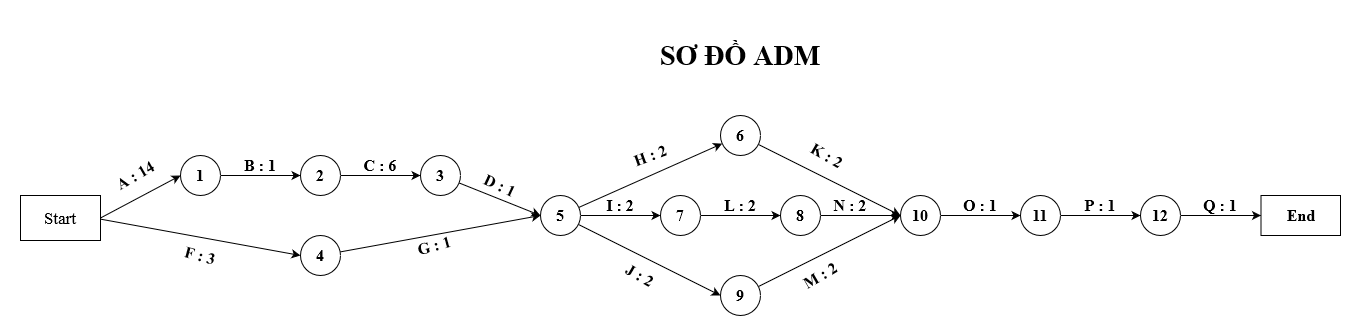
The draw.io diagram Documents/ADM_Chart.png in H2Q318/HQN-Team, before a commit. Source tidied: cells renumbered, new cells last; positions are measured from the earlier drawing's top-left corner, leaving out a move shared by most shapes.
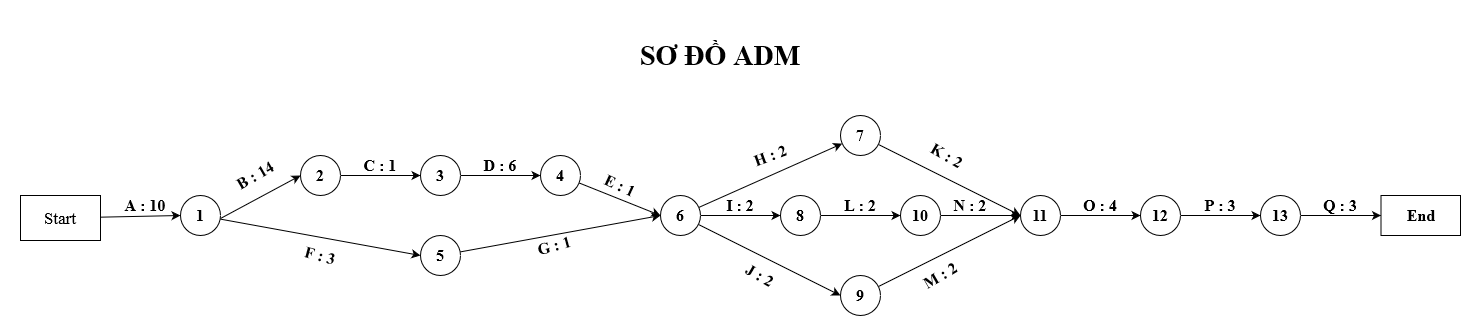
The same file after the commit.

Change to the diagram source:
```diff
@@ -2,8 +2,10 @@
   <root>
     <mxCell id="0" />
     <mxCell id="1" parent="0" />
-    <mxCell id="2" style="rounded=0;jettySize=auto;html=1;entryX=0;entryY=0.5;entryDx=0;entryDy=0;exitX=1;exitY=0.5;exitDx=0;exitDy=0;fontFamily=Times New Roman;fontSize=16;fontStyle=1;" parent="1" edge="1" source="47" target="5">
-      <mxGeometry relative="1" as="geometry" />
+    <mxCell id="2" style="rounded=0;jettySize=auto;html=1;entryX=0;entryY=0.5;entryDx=0;entryDy=0;fontFamily=Times New Roman;fontSize=16;fontStyle=1;" parent="1" edge="1" target="5">
+      <mxGeometry relative="1" as="geometry">
+        <mxPoint x="80" y="183" as="sourcePoint" />
+      </mxGeometry>
     </mxCell>
     <mxCell id="3" style="edgeStyle=none;rounded=0;jettySize=auto;html=1;entryX=0;entryY=0.5;entryDx=0;entryDy=0;fontFamily=Times New Roman;fontSize=16;fontStyle=1;" parent="1" edge="1" target="9">
       <mxGeometry relative="1" as="geometry">
@@ -13,25 +15,25 @@
     <mxCell id="4" style="edgeStyle=none;rounded=0;jettySize=auto;html=1;entryX=0;entryY=0.5;entryDx=0;entryDy=0;fontFamily=Times New Roman;fontSize=16;fontStyle=1;" parent="1" edge="1" source="5" target="7">
       <mxGeometry relative="1" as="geometry" />
     </mxCell>
-    <mxCell id="5" value="1" style="ellipse;whiteSpace=wrap;html=1;fontFamily=Times New Roman;fontSize=16;fontStyle=1;" parent="1" vertex="1">
+    <mxCell id="5" value="2" style="ellipse;whiteSpace=wrap;html=1;fontFamily=Times New Roman;fontSize=16;fontStyle=1;" parent="1" vertex="1">
       <mxGeometry x="160" y="120" width="40" height="40" as="geometry" />
     </mxCell>
     <mxCell id="6" style="edgeStyle=none;rounded=0;jettySize=auto;html=1;entryX=0;entryY=0.5;entryDx=0;entryDy=0;fontFamily=Times New Roman;fontSize=16;fontStyle=1;" parent="1" edge="1" source="7" target="11">
       <mxGeometry relative="1" as="geometry" />
     </mxCell>
-    <mxCell id="7" value="2" style="ellipse;whiteSpace=wrap;html=1;fontFamily=Times New Roman;fontSize=16;fontStyle=1;" parent="1" vertex="1">
+    <mxCell id="7" value="3" style="ellipse;whiteSpace=wrap;html=1;fontFamily=Times New Roman;fontSize=16;fontStyle=1;" parent="1" vertex="1">
       <mxGeometry x="280" y="120" width="40" height="40" as="geometry" />
     </mxCell>
     <mxCell id="8" style="edgeStyle=none;rounded=0;jettySize=auto;html=1;entryX=0;entryY=0.5;entryDx=0;entryDy=0;fontFamily=Times New Roman;fontSize=16;fontStyle=1;" parent="1" edge="1" source="9" target="15">
       <mxGeometry relative="1" as="geometry" />
     </mxCell>
-    <mxCell id="9" value="4" style="ellipse;whiteSpace=wrap;html=1;fontFamily=Times New Roman;fontSize=16;fontStyle=1;" parent="1" vertex="1">
+    <mxCell id="9" value="5" style="ellipse;whiteSpace=wrap;html=1;fontFamily=Times New Roman;fontSize=16;fontStyle=1;" parent="1" vertex="1">
       <mxGeometry x="280" y="200" width="40" height="40" as="geometry" />
     </mxCell>
     <mxCell id="10" style="edgeStyle=none;rounded=0;jettySize=auto;html=1;entryX=0;entryY=0.5;entryDx=0;entryDy=0;fontFamily=Times New Roman;fontSize=16;fontStyle=1;" parent="1" edge="1" source="11" target="15">
       <mxGeometry relative="1" as="geometry" />
     </mxCell>
-    <mxCell id="11" value="3" style="ellipse;whiteSpace=wrap;html=1;fontFamily=Times New Roman;fontSize=16;fontStyle=1;" parent="1" vertex="1">
+    <mxCell id="11" value="4" style="ellipse;whiteSpace=wrap;html=1;fontFamily=Times New Roman;fontSize=16;fontStyle=1;" parent="1" vertex="1">
       <mxGeometry x="400" y="120" width="40" height="40" as="geometry" />
     </mxCell>
     <mxCell id="12" style="edgeStyle=none;rounded=0;jettySize=auto;html=1;fontFamily=Times New Roman;fontSize=16;fontStyle=1;" parent="1" edge="1" source="15" target="17">
@@ -43,19 +45,19 @@
     <mxCell id="14" style="edgeStyle=none;rounded=0;jettySize=auto;html=1;entryX=0;entryY=0.5;entryDx=0;entryDy=0;fontFamily=Times New Roman;fontSize=16;fontStyle=1;" parent="1" edge="1" source="15" target="23">
       <mxGeometry relative="1" as="geometry" />
     </mxCell>
-    <mxCell id="15" value="5" style="ellipse;whiteSpace=wrap;html=1;fontFamily=Times New Roman;fontSize=16;fontStyle=1;" parent="1" vertex="1">
+    <mxCell id="15" value="6" style="ellipse;whiteSpace=wrap;html=1;fontFamily=Times New Roman;fontSize=16;fontStyle=1;" parent="1" vertex="1">
       <mxGeometry x="520" y="160" width="40" height="40" as="geometry" />
     </mxCell>
     <mxCell id="16" style="edgeStyle=none;rounded=0;jettySize=auto;html=1;entryX=0;entryY=0.5;entryDx=0;entryDy=0;fontFamily=Times New Roman;fontSize=16;fontStyle=1;" parent="1" edge="1" source="17" target="25">
       <mxGeometry relative="1" as="geometry" />
     </mxCell>
-    <mxCell id="17" value="6" style="ellipse;whiteSpace=wrap;html=1;fontFamily=Times New Roman;fontSize=16;fontStyle=1;" parent="1" vertex="1">
+    <mxCell id="17" value="7" style="ellipse;whiteSpace=wrap;html=1;fontFamily=Times New Roman;fontSize=16;fontStyle=1;" parent="1" vertex="1">
       <mxGeometry x="700" y="80" width="40" height="40" as="geometry" />
     </mxCell>
     <mxCell id="18" style="edgeStyle=none;rounded=0;jettySize=auto;html=1;entryX=0;entryY=0.5;entryDx=0;entryDy=0;fontFamily=Times New Roman;fontSize=16;fontStyle=1;" parent="1" edge="1" source="19" target="21">
       <mxGeometry relative="1" as="geometry" />
     </mxCell>
-    <mxCell id="19" value="7" style="ellipse;whiteSpace=wrap;html=1;fontFamily=Times New Roman;fontSize=16;fontStyle=1;" parent="1" vertex="1">
+    <mxCell id="19" value="8" style="ellipse;whiteSpace=wrap;html=1;fontFamily=Times New Roman;fontSize=16;fontStyle=1;" parent="1" vertex="1">
       <mxGeometry x="640" y="160" width="40" height="40" as="geometry" />
     </mxCell>
     <mxCell id="20" style="edgeStyle=none;rounded=0;jettySize=auto;html=1;fontFamily=Times New Roman;fontSize=16;fontStyle=1;" parent="1" edge="1" source="21">
@@ -63,7 +65,7 @@
         <mxPoint x="880" y="180" as="targetPoint" />
       </mxGeometry>
     </mxCell>
-    <mxCell id="21" value="8" style="ellipse;whiteSpace=wrap;html=1;fontFamily=Times New Roman;fontSize=16;fontStyle=1;" parent="1" vertex="1">
+    <mxCell id="21" value="10" style="ellipse;whiteSpace=wrap;html=1;fontFamily=Times New Roman;fontSize=16;fontStyle=1;" parent="1" vertex="1">
       <mxGeometry x="760" y="160" width="40" height="40" as="geometry" />
     </mxCell>
     <mxCell id="22" style="edgeStyle=none;rounded=0;jettySize=auto;html=1;entryX=0;entryY=0.5;entryDx=0;entryDy=0;fontFamily=Times New Roman;fontSize=16;fontStyle=1;" parent="1" edge="1" source="23" target="25">
@@ -75,13 +77,13 @@
     <mxCell id="24" style="edgeStyle=none;rounded=0;jettySize=auto;html=1;entryX=0;entryY=0.5;entryDx=0;entryDy=0;fontFamily=Times New Roman;fontSize=16;fontStyle=1;" parent="1" edge="1" source="25" target="27">
       <mxGeometry relative="1" as="geometry" />
     </mxCell>
-    <mxCell id="25" value="10" style="ellipse;whiteSpace=wrap;html=1;fontFamily=Times New Roman;fontSize=16;fontStyle=1;" parent="1" vertex="1">
+    <mxCell id="25" value="11" style="ellipse;whiteSpace=wrap;html=1;fontFamily=Times New Roman;fontSize=16;fontStyle=1;" parent="1" vertex="1">
       <mxGeometry x="880" y="160" width="40" height="40" as="geometry" />
     </mxCell>
     <mxCell id="26" style="edgeStyle=none;rounded=0;jettySize=auto;html=1;entryX=0;entryY=0.5;entryDx=0;entryDy=0;fontFamily=Times New Roman;fontSize=16;fontStyle=1;" parent="1" edge="1" source="27" target="29">
       <mxGeometry relative="1" as="geometry" />
     </mxCell>
-    <mxCell id="27" value="11" style="ellipse;whiteSpace=wrap;html=1;fontFamily=Times New Roman;fontSize=16;fontStyle=1;" parent="1" vertex="1">
+    <mxCell id="27" value="12" style="ellipse;whiteSpace=wrap;html=1;fontFamily=Times New Roman;fontSize=16;fontStyle=1;" parent="1" vertex="1">
       <mxGeometry x="1000" y="160" width="40" height="40" as="geometry" />
     </mxCell>
     <mxCell id="28" style="edgeStyle=none;rounded=0;jettySize=auto;html=1;entryX=0;entryY=0.5;entryDx=0;entryDy=0;fontFamily=Times New Roman;fontSize=16;fontStyle=1;" parent="1" edge="1" source="29">
@@ -89,16 +91,16 @@
         <mxPoint x="1240.5" y="180" as="targetPoint" />
       </mxGeometry>
     </mxCell>
-    <mxCell id="29" value="12" style="ellipse;whiteSpace=wrap;html=1;fontFamily=Times New Roman;fontSize=16;fontStyle=1;" parent="1" vertex="1">
+    <mxCell id="29" value="13" style="ellipse;whiteSpace=wrap;html=1;fontFamily=Times New Roman;fontSize=16;fontStyle=1;" parent="1" vertex="1">
       <mxGeometry x="1120" y="160" width="40" height="40" as="geometry" />
     </mxCell>
-    <mxCell id="30" value="A : 14" style="text;html=1;strokeColor=none;fillColor=none;align=center;verticalAlign=middle;whiteSpace=wrap;rounded=0;rotation=-30;fontFamily=Times New Roman;fontSize=16;fontStyle=1;" parent="1" vertex="1">
+    <mxCell id="30" value="B : 14" style="text;html=1;strokeColor=none;fillColor=none;align=center;verticalAlign=middle;whiteSpace=wrap;rounded=0;rotation=-30;fontFamily=Times New Roman;fontSize=16;fontStyle=1;" parent="1" vertex="1">
       <mxGeometry x="89.5" y="130" width="50" height="20" as="geometry" />
     </mxCell>
-    <mxCell id="31" value="B : 1" style="text;html=1;strokeColor=none;fillColor=none;align=center;verticalAlign=middle;whiteSpace=wrap;rounded=0;fontFamily=Times New Roman;fontSize=16;fontStyle=1;" parent="1" vertex="1">
+    <mxCell id="31" value="C : 1" style="text;html=1;strokeColor=none;fillColor=none;align=center;verticalAlign=middle;whiteSpace=wrap;rounded=0;fontFamily=Times New Roman;fontSize=16;fontStyle=1;" parent="1" vertex="1">
       <mxGeometry x="220" y="120" width="40" height="20" as="geometry" />
     </mxCell>
-    <mxCell id="32" value="C : 6" style="text;html=1;strokeColor=none;fillColor=none;align=center;verticalAlign=middle;whiteSpace=wrap;rounded=0;fontFamily=Times New Roman;fontSize=16;fontStyle=1;" parent="1" vertex="1">
+    <mxCell id="32" value="D : 6" style="text;html=1;strokeColor=none;fillColor=none;align=center;verticalAlign=middle;whiteSpace=wrap;rounded=0;fontFamily=Times New Roman;fontSize=16;fontStyle=1;" parent="1" vertex="1">
       <mxGeometry x="340" y="120" width="40" height="20" as="geometry" />
     </mxCell>
     <mxCell id="33" value="J : 2" style="text;html=1;strokeColor=none;fillColor=none;align=center;verticalAlign=middle;whiteSpace=wrap;rounded=0;rotation=30;fontFamily=Times New Roman;fontSize=16;fontStyle=1;" parent="1" vertex="1">
@@ -119,7 +121,7 @@
     <mxCell id="38" value="I : 2" style="text;html=1;strokeColor=none;fillColor=none;align=center;verticalAlign=middle;whiteSpace=wrap;rounded=0;fontFamily=Times New Roman;fontSize=16;fontStyle=1;" parent="1" vertex="1">
       <mxGeometry x="580" y="160" width="40" height="20" as="geometry" />
     </mxCell>
-    <mxCell id="39" value="D : 1" style="text;html=1;strokeColor=none;fillColor=none;align=center;verticalAlign=middle;whiteSpace=wrap;rounded=0;rotation=25;fontFamily=Times New Roman;fontSize=16;fontStyle=1;" parent="1" vertex="1">
+    <mxCell id="39" value="E : 1" style="text;html=1;strokeColor=none;fillColor=none;align=center;verticalAlign=middle;whiteSpace=wrap;rounded=0;rotation=25;fontFamily=Times New Roman;fontSize=16;fontStyle=1;" parent="1" vertex="1">
       <mxGeometry x="460" y="140" width="40" height="20" as="geometry" />
     </mxCell>
     <mxCell id="40" value="G : 1" style="text;html=1;strokeColor=none;fillColor=none;align=center;verticalAlign=middle;whiteSpace=wrap;rounded=0;rotation=-15;fontFamily=Times New Roman;fontSize=16;fontStyle=1;" parent="1" vertex="1">
@@ -128,26 +130,35 @@
     <mxCell id="41" value="F : 3" style="text;html=1;strokeColor=none;fillColor=none;align=center;verticalAlign=middle;whiteSpace=wrap;rounded=0;rotation=15;fontFamily=Times New Roman;fontSize=16;fontStyle=1;" parent="1" vertex="1">
       <mxGeometry x="160" y="210" width="40" height="20" as="geometry" />
     </mxCell>
-    <mxCell id="42" value="O : 1" style="text;html=1;strokeColor=none;fillColor=none;align=center;verticalAlign=middle;whiteSpace=wrap;rounded=0;fontFamily=Times New Roman;fontSize=16;fontStyle=1;" parent="1" vertex="1">
+    <mxCell id="42" value="O : 4" style="text;html=1;strokeColor=none;fillColor=none;align=center;verticalAlign=middle;whiteSpace=wrap;rounded=0;fontFamily=Times New Roman;fontSize=16;fontStyle=1;" parent="1" vertex="1">
       <mxGeometry x="940" y="160" width="40" height="20" as="geometry" />
     </mxCell>
     <mxCell id="43" value="M : 2" style="text;html=1;strokeColor=none;fillColor=none;align=center;verticalAlign=middle;whiteSpace=wrap;rounded=0;rotation=-30;fontFamily=Times New Roman;fontSize=16;fontStyle=1;" parent="1" vertex="1">
       <mxGeometry x="780" y="230" width="40" height="20" as="geometry" />
     </mxCell>
-    <mxCell id="44" value="Q : 1" style="text;html=1;strokeColor=none;fillColor=none;align=center;verticalAlign=middle;whiteSpace=wrap;rounded=0;fontFamily=Times New Roman;fontSize=16;fontStyle=1;" parent="1" vertex="1">
+    <mxCell id="44" value="Q : 3" style="text;html=1;strokeColor=none;fillColor=none;align=center;verticalAlign=middle;whiteSpace=wrap;rounded=0;fontFamily=Times New Roman;fontSize=16;fontStyle=1;" parent="1" vertex="1">
       <mxGeometry x="1180" y="160" width="40" height="20" as="geometry" />
     </mxCell>
-    <mxCell id="45" value="P : 1" style="text;html=1;strokeColor=none;fillColor=none;align=center;verticalAlign=middle;whiteSpace=wrap;rounded=0;fontFamily=Times New Roman;fontSize=16;fontStyle=1;" parent="1" vertex="1">
+    <mxCell id="45" value="P : 3" style="text;html=1;strokeColor=none;fillColor=none;align=center;verticalAlign=middle;whiteSpace=wrap;rounded=0;fontFamily=Times New Roman;fontSize=16;fontStyle=1;" parent="1" vertex="1">
       <mxGeometry x="1060" y="160" width="40" height="20" as="geometry" />
     </mxCell>
     <mxCell id="46" value="&lt;h1 style=&quot;font-size: 28px&quot;&gt;&lt;font style=&quot;font-size: 28px&quot;&gt;SƠ ĐỒ ADM&lt;/font&gt;&lt;/h1&gt;" style="text;html=1;strokeColor=none;fillColor=none;align=center;verticalAlign=middle;whiteSpace=wrap;rounded=0;fontFamily=Times New Roman;fontSize=16;fontStyle=1;" parent="1" vertex="1">
-      <mxGeometry x="600" width="240" height="40" as="geometry" />
+      <mxGeometry x="460" width="240" height="40" as="geometry" />
     </mxCell>
+    <mxCell id="49" style="rounded=0;jettySize=auto;html=1;entryX=0;entryY=0.5;entryDx=0;entryDy=0;" parent="1" edge="1" source="47" target="50">
+      <mxGeometry relative="1" as="geometry" />
+    </mxCell>
     <mxCell id="47" value="Start" style="rounded=0;whiteSpace=wrap;html=1;fontFamily=Times New Roman;fontSize=17;" parent="1" vertex="1">
-      <mxGeometry y="160" width="80" height="45" as="geometry" />
+      <mxGeometry x="-120" y="160" width="80" height="45" as="geometry" />
     </mxCell>
     <mxCell id="48" value="End" style="rounded=0;whiteSpace=wrap;html=1;fontFamily=Times New Roman;fontSize=16;fontStyle=1;" parent="1" vertex="1">
       <mxGeometry x="1240.5" y="160" width="79.5" height="40" as="geometry" />
     </mxCell>
+    <mxCell id="50" value="1" style="ellipse;whiteSpace=wrap;html=1;fontFamily=Times New Roman;fontSize=16;fontStyle=1;" parent="1" vertex="1">
+      <mxGeometry x="40" y="160" width="40" height="40" as="geometry" />
+    </mxCell>
+    <mxCell id="51" value="A : 10" style="text;html=1;strokeColor=none;fillColor=none;align=center;verticalAlign=middle;whiteSpace=wrap;rounded=0;rotation=0;fontFamily=Times New Roman;fontSize=16;fontStyle=1;" parent="1" vertex="1">
+      <mxGeometry x="-20" y="160" width="50" height="20" as="geometry" />
+    </mxCell>
   </root>
 </mxGraphModel>
```
